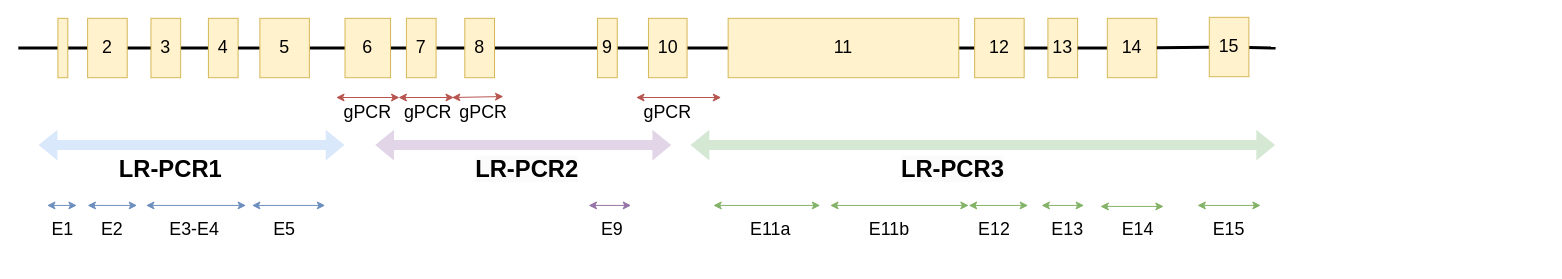
Earlier version of the draw.io diagram WF/Diagrama sense títol.drawio (emunte/PMS2_vaR). Source tidied: cells renumbered, new cells numbered last; positions are measured from the earlier drawing's top-left corner, leaving out a move shared by most shapes. Both pictures are drawn from the tidied source at 99%, with x=0, y=0 at pixel (18, 17).
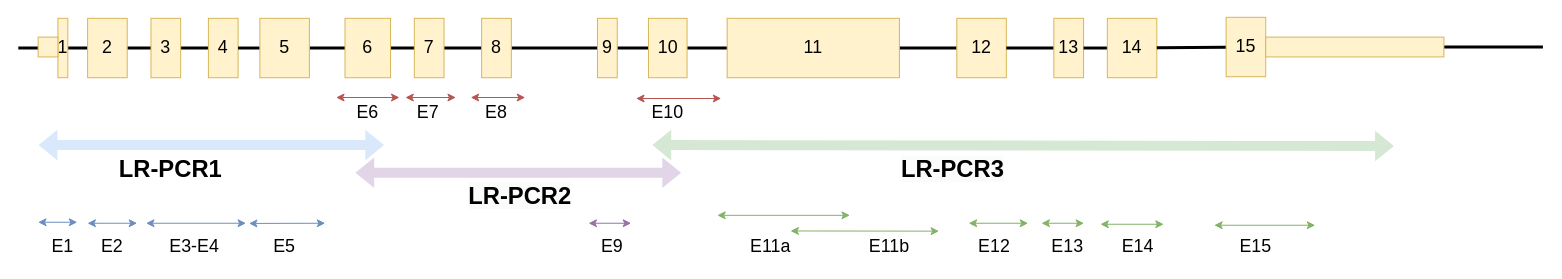
The same diagram, later.

The edit, as a diff of the source:
```diff
@@
-    <mxCell id="6" style="endArrow=none;html=1;rounded=0;strokeWidth=3;" parent="1" edge="1" source="26">
+    <mxCell id="6" style="endArrow=none;html=1;rounded=0;strokeWidth=3;" parent="1" edge="1" source="65">
       <mxGeometry relative="1" as="geometry">
-        <mxPoint x="1270" y="31" as="targetPoint" />
+        <mxPoint x="1540" y="30" as="targetPoint" />
       </mxGeometry>
     </mxCell>
@@
-    <mxCell id="8" style="rounded=0;whiteSpace=wrap;html=1;fillColor=#fff2cc;strokeColor=#d6b656;" parent="1" vertex="1">
+    <mxCell id="8" value="&lt;font style=&quot;font-size: 18px;&quot;&gt;1&lt;/font&gt;" style="rounded=0;whiteSpace=wrap;html=1;fillColor=#fff2cc;strokeColor=#d6b656;" parent="1" vertex="1">
       <mxGeometry x="40" y="1" width="10" height="60" as="geometry" />
     </mxCell>
@@
     <mxCell id="15" value="&lt;font style=&quot;font-size: 18px;&quot;&gt;7&lt;/font&gt;" style="rounded=0;whiteSpace=wrap;html=1;fillColor=#fff2cc;strokeColor=#d6b656;" parent="1" vertex="1">
-      <mxGeometry x="392" y="1" width="30" height="60" as="geometry" />
+      <mxGeometry x="400" y="1" width="30" height="60" as="geometry" />
     </mxCell>
     <mxCell id="16" value="&lt;font style=&quot;font-size: 18px;&quot;&gt;8&lt;/font&gt;" style="rounded=0;whiteSpace=wrap;html=1;fillColor=#fff2cc;strokeColor=#d6b656;" parent="1" vertex="1">
-      <mxGeometry x="451" y="1" width="30" height="60" as="geometry" />
+      <mxGeometry x="468" y="1" width="30" height="60" as="geometry" />
     </mxCell>
@@
     <mxCell id="19" value="&lt;font style=&quot;font-size: 18px;&quot;&gt;11&lt;/font&gt;" style="rounded=0;whiteSpace=wrap;html=1;fillColor=#fff2cc;strokeColor=#d6b656;" parent="1" vertex="1">
-      <mxGeometry x="717" y="1" width="233" height="60" as="geometry" />
+      <mxGeometry x="716" y="1" width="174" height="60" as="geometry" />
     </mxCell>
     <mxCell id="20" value="&lt;font style=&quot;font-size: 18px;&quot;&gt;12&lt;/font&gt;" style="rounded=0;whiteSpace=wrap;html=1;fillColor=#fff2cc;strokeColor=#d6b656;" parent="1" vertex="1">
-      <mxGeometry x="966" y="1" width="50" height="60" as="geometry" />
+      <mxGeometry x="948" y="1" width="50" height="60" as="geometry" />
     </mxCell>
@@
     <mxCell id="22" value="&lt;font style=&quot;font-size: 18px;&quot;&gt;13&lt;/font&gt;" style="rounded=0;whiteSpace=wrap;html=1;fillColor=#fff2cc;strokeColor=#d6b656;" parent="1" vertex="1">
-      <mxGeometry x="1040" y="1" width="30" height="60" as="geometry" />
+      <mxGeometry x="1046" y="1" width="30" height="60" as="geometry" />
     </mxCell>
@@
     <mxCell id="26" value="&lt;font style=&quot;font-size: 18px;&quot;&gt;15&lt;/font&gt;" style="rounded=0;whiteSpace=wrap;html=1;fillColor=#fff2cc;strokeColor=#d6b656;" parent="1" vertex="1">
-      <mxGeometry x="1203" width="40" height="60" as="geometry" />
+      <mxGeometry x="1220" width="40" height="60" as="geometry" />
     </mxCell>
     <mxCell id="27" style="shape=flexArrow;endArrow=classic;startArrow=classic;html=1;rounded=0;fillColor=#dae8fc;strokeColor=none;" parent="1" edge="1">
       <mxGeometry relative="1" as="geometry">
         <mxPoint x="20" y="129" as="sourcePoint" />
-        <mxPoint x="330" y="129" as="targetPoint" />
+        <mxPoint x="370" y="129" as="targetPoint" />
       </mxGeometry>
     </mxCell>
     <mxCell id="28" style="shape=flexArrow;endArrow=classic;startArrow=classic;html=1;rounded=0;fillColor=#e1d5e7;strokeColor=none;" parent="1" edge="1">
       <mxGeometry relative="1" as="geometry">
-        <mxPoint x="360" y="129" as="sourcePoint" />
-        <mxPoint x="660" y="129" as="targetPoint" />
+        <mxPoint x="340" y="157" as="sourcePoint" />
+        <mxPoint x="670" y="157" as="targetPoint" />
       </mxGeometry>
     </mxCell>
     <mxCell id="29" style="shape=flexArrow;endArrow=classic;startArrow=classic;html=1;rounded=0;strokeColor=none;fillColor=#d5e8d4;" parent="1" edge="1">
       <mxGeometry relative="1" as="geometry">
-        <mxPoint x="678.5" y="129" as="sourcePoint" />
-        <mxPoint x="1270" y="129" as="targetPoint" />
+        <mxPoint x="640" y="129" as="sourcePoint" />
+        <mxPoint x="1390" y="130" as="targetPoint" />
       </mxGeometry>
     </mxCell>
@@
-    <mxCell id="31" value="&lt;span style=&quot;color: rgb(0, 0, 0); font-family: Helvetica; font-size: 24px; font-style: normal; font-variant-ligatures: normal; font-variant-caps: normal; letter-spacing: normal; orphans: 2; text-align: center; text-indent: 0px; text-transform: none; widows: 2; word-spacing: 0px; -webkit-text-stroke-width: 0px; white-space: normal; background-color: rgb(251, 251, 251); text-decoration-thickness: initial; text-decoration-style: initial; text-decoration-color: initial; float: none; display: inline !important;&quot;&gt;&lt;b&gt;LR-PCR2&lt;/b&gt;&lt;/span&gt;" style="text;whiteSpace=wrap;html=1;" parent="1" vertex="1">
-      <mxGeometry x="460" y="133" width="140" height="50" as="geometry" />
+    <mxCell id="31" value="&lt;span style=&quot;color: rgb(0, 0, 0); font-family: Helvetica; font-size: 24px; font-style: normal; font-variant-ligatures: normal; font-variant-caps: normal; letter-spacing: normal; orphans: 2; text-align: center; text-indent: 0px; text-transform: none; widows: 2; word-spacing: 0px; -webkit-text-stroke-width: 0px; white-space: normal; background-color: rgb(251, 251, 251); text-decoration-thickness: initial; text-decoration-style: initial; text-decoration-color: initial; float: none; display: inline !important;&quot;&gt;&lt;b&gt;LR-PCR2&lt;/b&gt;&lt;/span&gt;" style="text;whiteSpace=wrap;html=1;fillColor=none;" parent="1" vertex="1">
+      <mxGeometry x="453" y="160" width="140" height="50" as="geometry" />
     </mxCell>
@@
     <mxCell id="33" style="endArrow=classic;startArrow=classic;html=1;rounded=0;entryX=0.031;entryY=1;entryDx=0;entryDy=0;entryPerimeter=0;fillColor=#dae8fc;strokeColor=#6c8ebf;" parent="1" edge="1">
       <mxGeometry relative="1" as="geometry">
-        <mxPoint x="29" y="190" as="sourcePoint" />
-        <mxPoint x="59.1" y="190" as="targetPoint" />
+        <mxPoint x="20" y="207" as="sourcePoint" />
+        <mxPoint x="59.5" y="207" as="targetPoint" />
       </mxGeometry>
     </mxCell>
     <mxCell id="34" style="endArrow=classic;startArrow=classic;html=1;rounded=0;fillColor=#dae8fc;strokeColor=#6c8ebf;" parent="1" edge="1">
       <mxGeometry relative="1" as="geometry">
-        <mxPoint x="69.9" y="190" as="sourcePoint" />
-        <mxPoint x="120" y="190" as="targetPoint" />
+        <mxPoint x="69.9" y="208" as="sourcePoint" />
+        <mxPoint x="120" y="208" as="targetPoint" />
       </mxGeometry>
     </mxCell>
     <mxCell id="35" style="endArrow=classic;startArrow=classic;html=1;rounded=0;fillColor=#dae8fc;strokeColor=#6c8ebf;" parent="1" edge="1">
       <mxGeometry relative="1" as="geometry">
-        <mxPoint x="129" y="190" as="sourcePoint" />
-        <mxPoint x="230" y="190" as="targetPoint" />
+        <mxPoint x="129" y="208" as="sourcePoint" />
+        <mxPoint x="230" y="208" as="targetPoint" />
       </mxGeometry>
     </mxCell>
     <mxCell id="36" style="endArrow=classic;startArrow=classic;html=1;rounded=0;fillColor=#dae8fc;strokeColor=#6c8ebf;" parent="1" edge="1">
       <mxGeometry relative="1" as="geometry">
-        <mxPoint x="236" y="190" as="sourcePoint" />
-        <mxPoint x="310" y="190" as="targetPoint" />
+        <mxPoint x="233" y="208.2" as="sourcePoint" />
+        <mxPoint x="310" y="208" as="targetPoint" />
       </mxGeometry>
     </mxCell>
     <mxCell id="37" style="endArrow=classic;startArrow=classic;html=1;rounded=0;fillColor=#e1d5e7;strokeColor=#9673a6;" parent="1" edge="1">
       <mxGeometry relative="1" as="geometry">
-        <mxPoint x="576" y="190" as="sourcePoint" />
-        <mxPoint x="619" y="190" as="targetPoint" />
+        <mxPoint x="576" y="208" as="sourcePoint" />
+        <mxPoint x="619" y="208" as="targetPoint" />
       </mxGeometry>
     </mxCell>
     <mxCell id="38" style="endArrow=classic;startArrow=classic;html=1;rounded=0;fillColor=#d5e8d4;strokeColor=#82b366;" parent="1" edge="1">
       <mxGeometry relative="1" as="geometry">
-        <mxPoint x="702" y="190" as="sourcePoint" />
-        <mxPoint x="810" y="190" as="targetPoint" />
+        <mxPoint x="706" y="200" as="sourcePoint" />
+        <mxPoint x="840" y="200" as="targetPoint" />
       </mxGeometry>
     </mxCell>
     <mxCell id="39" style="endArrow=classic;startArrow=classic;html=1;rounded=0;fillColor=#d5e8d4;strokeColor=#82b366;" parent="1" edge="1">
       <mxGeometry relative="1" as="geometry">
-        <mxPoint x="820" y="190" as="sourcePoint" />
-        <mxPoint x="960" y="190" as="targetPoint" />
+        <mxPoint x="780" y="215.8" as="sourcePoint" />
+        <mxPoint x="930" y="216" as="targetPoint" />
       </mxGeometry>
     </mxCell>
     <mxCell id="40" style="endArrow=classic;startArrow=classic;html=1;rounded=0;fillColor=#d5e8d4;strokeColor=#82b366;" parent="1" edge="1">
       <mxGeometry relative="1" as="geometry">
-        <mxPoint x="960" y="190" as="sourcePoint" />
-        <mxPoint x="1020" y="190" as="targetPoint" />
+        <mxPoint x="960" y="208" as="sourcePoint" />
+        <mxPoint x="1020" y="208" as="targetPoint" />
       </mxGeometry>
     </mxCell>
     <mxCell id="41" style="endArrow=classic;startArrow=classic;html=1;rounded=0;fillColor=#d5e8d4;strokeColor=#82b366;" parent="1" edge="1">
       <mxGeometry relative="1" as="geometry">
-        <mxPoint x="1033.5" y="190" as="sourcePoint" />
-        <mxPoint x="1076.5" y="190" as="targetPoint" />
+        <mxPoint x="1033.5" y="208" as="sourcePoint" />
+        <mxPoint x="1076.5" y="208" as="targetPoint" />
       </mxGeometry>
     </mxCell>
     <mxCell id="42" style="endArrow=classic;startArrow=classic;html=1;rounded=0;fillColor=#d5e8d4;strokeColor=#82b366;" parent="1" edge="1">
       <mxGeometry relative="1" as="geometry">
-        <mxPoint x="1093" y="191" as="sourcePoint" />
-        <mxPoint x="1157" y="191" as="targetPoint" />
+        <mxPoint x="1093" y="209" as="sourcePoint" />
+        <mxPoint x="1157" y="209" as="targetPoint" />
       </mxGeometry>
     </mxCell>
     <mxCell id="43" style="endArrow=classic;startArrow=classic;html=1;rounded=0;fillColor=#d5e8d4;strokeColor=#82b366;" parent="1" edge="1">
       <mxGeometry relative="1" as="geometry">
-        <mxPoint x="1191" y="190" as="sourcePoint" />
-        <mxPoint x="1255" y="190" as="targetPoint" />
+        <mxPoint x="1208" y="210" as="sourcePoint" />
+        <mxPoint x="1310" y="210" as="targetPoint" />
       </mxGeometry>
     </mxCell>
     <mxCell id="44" value="&lt;font style=&quot;font-size: 18px;&quot;&gt;E1&lt;/font&gt;" style="text;html=1;align=center;verticalAlign=middle;whiteSpace=wrap;rounded=0;" parent="1" vertex="1">
-      <mxGeometry x="15" y="199" width="60" height="30" as="geometry" />
+      <mxGeometry x="15" y="217" width="60" height="30" as="geometry" />
     </mxCell>
     <mxCell id="45" value="&lt;font style=&quot;font-size: 18px;&quot;&gt;E2&lt;/font&gt;" style="text;html=1;align=center;verticalAlign=middle;whiteSpace=wrap;rounded=0;" parent="1" vertex="1">
-      <mxGeometry x="65" y="199" width="60" height="30" as="geometry" />
+      <mxGeometry x="65" y="217" width="60" height="30" as="geometry" />
     </mxCell>
     <mxCell id="46" value="&lt;font style=&quot;font-size: 18px;&quot;&gt;E3-E4&lt;/font&gt;" style="text;html=1;align=center;verticalAlign=middle;whiteSpace=wrap;rounded=0;" parent="1" vertex="1">
-      <mxGeometry x="148" y="199" width="60" height="30" as="geometry" />
+      <mxGeometry x="148" y="217" width="60" height="30" as="geometry" />
     </mxCell>
     <mxCell id="47" value="&lt;font style=&quot;font-size: 18px;&quot;&gt;E5&lt;/font&gt;" style="text;html=1;align=center;verticalAlign=middle;whiteSpace=wrap;rounded=0;" parent="1" vertex="1">
-      <mxGeometry x="239" y="199" width="60" height="30" as="geometry" />
+      <mxGeometry x="239" y="217" width="60" height="30" as="geometry" />
     </mxCell>
     <mxCell id="48" value="&lt;font style=&quot;font-size: 18px;&quot;&gt;E9&lt;/font&gt;" style="text;html=1;align=center;verticalAlign=middle;whiteSpace=wrap;rounded=0;" parent="1" vertex="1">
-      <mxGeometry x="570" y="199" width="60" height="30" as="geometry" />
+      <mxGeometry x="570" y="217" width="60" height="30" as="geometry" />
     </mxCell>
     <mxCell id="49" value="&lt;span style=&quot;font-size: 18px;&quot;&gt;E11a&lt;/span&gt;" style="text;html=1;align=center;verticalAlign=middle;whiteSpace=wrap;rounded=0;" parent="1" vertex="1">
-      <mxGeometry x="730" y="199" width="60" height="30" as="geometry" />
+      <mxGeometry x="730" y="217" width="60" height="30" as="geometry" />
     </mxCell>
     <mxCell id="50" value="&lt;span style=&quot;font-size: 18px;&quot;&gt;E11b&lt;/span&gt;" style="text;html=1;align=center;verticalAlign=middle;whiteSpace=wrap;rounded=0;" parent="1" vertex="1">
-      <mxGeometry x="850" y="199" width="60" height="30" as="geometry" />
+      <mxGeometry x="850" y="217" width="60" height="30" as="geometry" />
     </mxCell>
     <mxCell id="51" value="&lt;span style=&quot;font-size: 18px;&quot;&gt;E12&lt;/span&gt;" style="text;html=1;align=center;verticalAlign=middle;whiteSpace=wrap;rounded=0;" parent="1" vertex="1">
-      <mxGeometry x="956" y="199" width="60" height="30" as="geometry" />
+      <mxGeometry x="956" y="217" width="60" height="30" as="geometry" />
     </mxCell>
     <mxCell id="52" value="&lt;span style=&quot;font-size: 18px;&quot;&gt;E13&lt;/span&gt;" style="text;html=1;align=center;verticalAlign=middle;whiteSpace=wrap;rounded=0;" parent="1" vertex="1">
-      <mxGeometry x="1030" y="199" width="60" height="30" as="geometry" />
+      <mxGeometry x="1030" y="217" width="60" height="30" as="geometry" />
     </mxCell>
     <mxCell id="53" value="&lt;span style=&quot;font-size: 18px;&quot;&gt;E14&lt;/span&gt;" style="text;html=1;align=center;verticalAlign=middle;whiteSpace=wrap;rounded=0;" parent="1" vertex="1">
-      <mxGeometry x="1101" y="199" width="60" height="30" as="geometry" />
+      <mxGeometry x="1101" y="217" width="60" height="30" as="geometry" />
     </mxCell>
     <mxCell id="54" value="&lt;span style=&quot;font-size: 18px;&quot;&gt;E15&lt;/span&gt;" style="text;html=1;align=center;verticalAlign=middle;whiteSpace=wrap;rounded=0;" parent="1" vertex="1">
-      <mxGeometry x="1193" y="199" width="60" height="30" as="geometry" />
+      <mxGeometry x="1220" y="217" width="60" height="30" as="geometry" />
     </mxCell>
@@
     <mxCell id="56" style="endArrow=classic;startArrow=classic;html=1;rounded=0;fillColor=#f8cecc;strokeColor=#b85450;" parent="1" edge="1">
       <mxGeometry relative="1" as="geometry">
-        <mxPoint x="624" y="81" as="sourcePoint" />
-        <mxPoint x="710" y="81" as="targetPoint" />
+        <mxPoint x="624" y="82" as="sourcePoint" />
+        <mxPoint x="710" y="82" as="targetPoint" />
       </mxGeometry>
     </mxCell>
-    <mxCell id="57" value="&lt;font style=&quot;font-size: 18px;&quot;&gt;gPCR&lt;/font&gt;" style="text;html=1;align=center;verticalAlign=middle;whiteSpace=wrap;rounded=0;" parent="1" vertex="1">
+    <mxCell id="57" value="&lt;font style=&quot;font-size: 18px;&quot;&gt;E6&lt;/font&gt;" style="text;html=1;align=center;verticalAlign=middle;whiteSpace=wrap;rounded=0;" parent="1" vertex="1">
       <mxGeometry x="323" y="81" width="60" height="30" as="geometry" />
     </mxCell>
-    <mxCell id="58" value="&lt;font style=&quot;font-size: 18px;&quot;&gt;gPCR&lt;/font&gt;" style="text;html=1;align=center;verticalAlign=middle;whiteSpace=wrap;rounded=0;" parent="1" vertex="1">
+    <mxCell id="58" value="&lt;font style=&quot;font-size: 18px;&quot;&gt;E10&lt;/font&gt;" style="text;html=1;align=center;verticalAlign=middle;whiteSpace=wrap;rounded=0;" parent="1" vertex="1">
       <mxGeometry x="626" y="81" width="60" height="30" as="geometry" />
     </mxCell>
-    <mxCell id="59" value="&lt;font style=&quot;font-size: 18px;&quot;&gt;gPCR&lt;/font&gt;" style="text;html=1;align=center;verticalAlign=middle;whiteSpace=wrap;rounded=0;" parent="1" vertex="1">
-      <mxGeometry x="384" y="81" width="60" height="30" as="geometry" />
+    <mxCell id="59" value="&lt;font style=&quot;font-size: 18px;&quot;&gt;E7&lt;/font&gt;" style="text;html=1;align=center;verticalAlign=middle;whiteSpace=wrap;rounded=0;" parent="1" vertex="1">
+      <mxGeometry x="384" y="80" width="60" height="31" as="geometry" />
     </mxCell>
-    <mxCell id="60" value="&lt;font style=&quot;font-size: 18px;&quot;&gt;gPCR&lt;/font&gt;" style="text;html=1;align=center;verticalAlign=middle;whiteSpace=wrap;rounded=0;" parent="1" vertex="1">
-      <mxGeometry x="440" y="81" width="60" height="30" as="geometry" />
+    <mxCell id="60" value="&lt;font style=&quot;font-size: 18px;&quot;&gt;E8&lt;/font&gt;" style="text;html=1;align=center;verticalAlign=middle;whiteSpace=wrap;rounded=0;" parent="1" vertex="1">
+      <mxGeometry x="453" y="81" width="60" height="30" as="geometry" />
     </mxCell>
-    <mxCell id="61" style="endArrow=classic;startArrow=classic;html=1;rounded=0;fillColor=#f8cecc;strokeColor=#b85450;entryX=0.933;entryY=0;entryDx=0;entryDy=0;entryPerimeter=0;" parent="1" edge="1" target="59">
+    <mxCell id="61" style="endArrow=classic;startArrow=classic;html=1;rounded=0;fillColor=#f8cecc;strokeColor=#b85450;exitX=0;exitY=0;exitDx=0;exitDy=0;entryX=1;entryY=0;entryDx=0;entryDy=0;" parent="1" edge="1">
       <mxGeometry relative="1" as="geometry">
-        <mxPoint x="384" y="81" as="sourcePoint" />
+        <mxPoint x="391" y="81" as="sourcePoint" />
+        <mxPoint x="442" y="81" as="targetPoint" />
       </mxGeometry>
     </mxCell>
     <mxCell id="62" style="endArrow=classic;startArrow=classic;html=1;rounded=0;fillColor=#f8cecc;strokeColor=#b85450;" parent="1" edge="1">
       <mxGeometry relative="1" as="geometry">
-        <mxPoint x="438" y="81" as="sourcePoint" />
-        <mxPoint x="490" y="80" as="targetPoint" />
+        <mxPoint x="457" y="81" as="sourcePoint" />
+        <mxPoint x="512" y="81" as="targetPoint" />
       </mxGeometry>
     </mxCell>
+    <mxCell id="63" style="rounded=0;whiteSpace=wrap;html=1;fillColor=#fff2cc;strokeColor=#d6b656;" parent="1" vertex="1">
+      <mxGeometry x="20" y="20" width="20" height="20" as="geometry" />
+    </mxCell>
+    <mxCell id="64" style="endArrow=none;html=1;rounded=0;strokeWidth=3;" parent="1" edge="1" source="26" target="65">
+      <mxGeometry relative="1" as="geometry" />
+    </mxCell>
+    <mxCell id="65" style="rounded=0;whiteSpace=wrap;html=1;fillColor=#fff2cc;strokeColor=#d6b656;" parent="1" vertex="1">
+      <mxGeometry x="1260" y="20" width="180" height="20" as="geometry" />
+    </mxCell>
```
